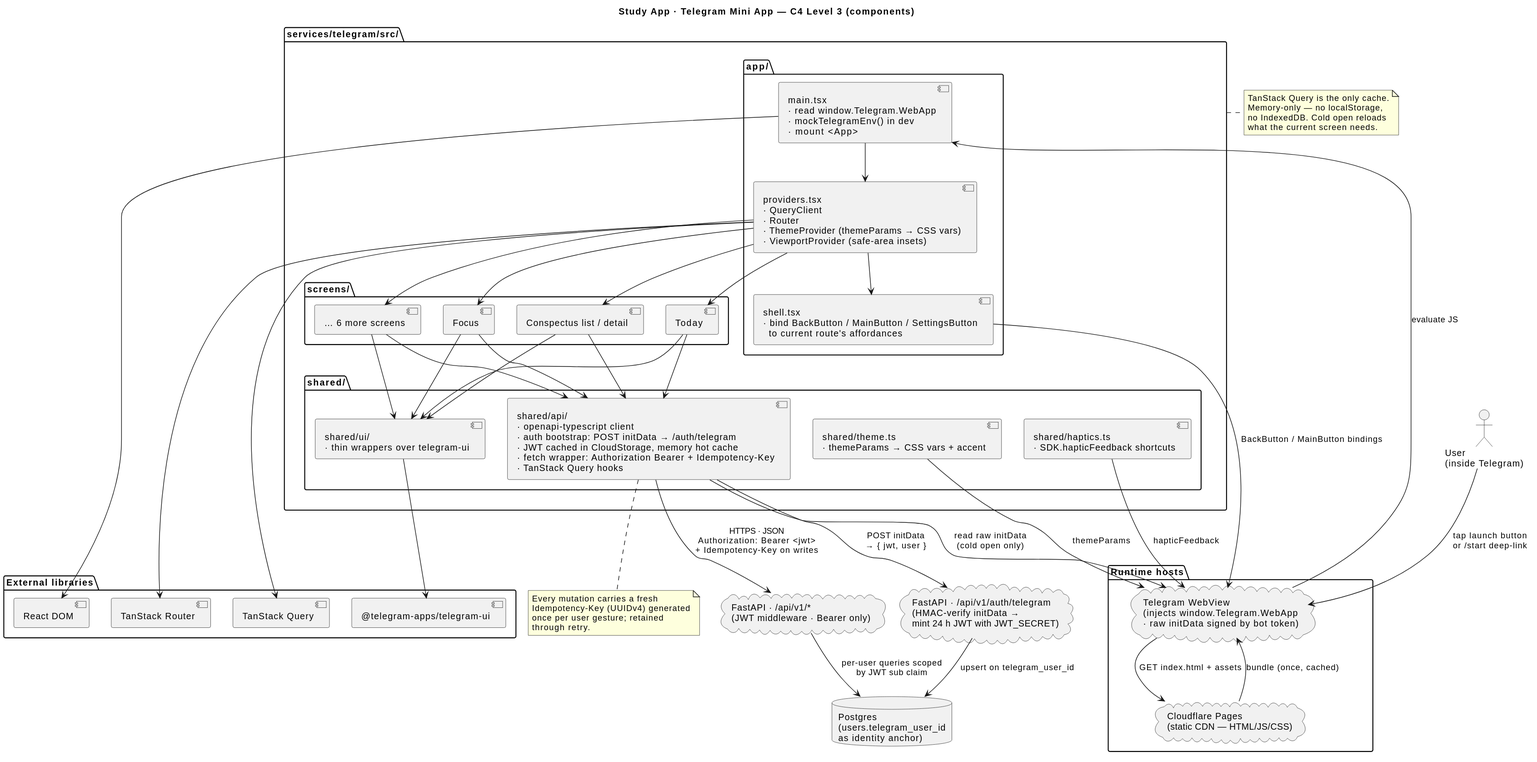
Above: services/portal/internal/reference/uml/rendered/services__telegram_component_view.svg in iboiarkin96/etr_study_api (PlantUML), before the change.
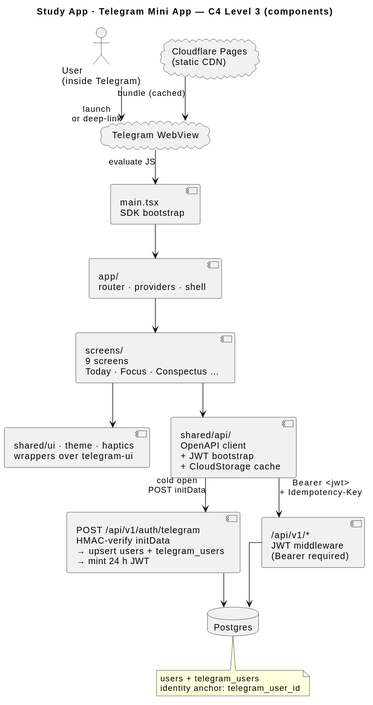
The same file after the commit.

Commit message:
docs(tma): close T-06 · retighten C4 diagram · align architecture page with shipped W1

The edit, as a diff of the source:
```diff
@@ -1,97 +1,46 @@
 @startuml
 title Study App · Telegram Mini App — C4 Level 3 (components)
+
+skinparam nodesep 34
+skinparam ranksep 54
+skinparam linetype ortho
+skinparam shadowing false
+scale max 780 width
 
 top to bottom direction
 
 actor "User\n(inside Telegram)" as User
+cloud "Telegram WebView" as WebView
+cloud "Cloudflare Pages\n(static CDN)" as Pages
 
-package "Runtime hosts" as Hosts {
-  cloud "Telegram WebView\n(injects window.Telegram.WebApp\n· raw initData signed by bot token)" as WebView
-  cloud "Cloudflare Pages\n(static CDN — HTML/JS/CSS)" as Pages
-}
+[main.tsx\nSDK bootstrap] as Main
+[app/\nrouter · providers · shell] as AppPkg
+[screens/\n9 screens\nToday · Focus · Conspectus …] as Screens
+[shared/ui · theme · haptics\nwrappers over telegram-ui] as SharedUi
+[shared/api/\nOpenAPI client\n+ JWT bootstrap\n+ CloudStorage cache] as SharedApi
 
-package "services/telegram/src/" as Bundle {
+[POST /api/v1/auth/telegram\nHMAC-verify initData\n→ upsert users + telegram_users\n→ mint 24 h JWT] as AuthEndpoint
+[/api/v1/*\nJWT middleware\n(Bearer required)] as ApiRoutes
 
-  package "app/" as AppPkg {
-    [main.tsx\n· read window.Telegram.WebApp\n· mockTelegramEnv() in dev\n· mount <App>] as Main
-    [providers.tsx\n· QueryClient\n· Router\n· ThemeProvider (themeParams → CSS vars)\n· ViewportProvider (safe-area insets)] as Providers
-    [shell.tsx\n· bind BackButton / MainButton / SettingsButton\n  to current route's affordances] as Shell
-  }
+database "Postgres" as Db
 
-  package "screens/" as ScreensPkg {
-    [Today] as ScrToday
-    [Focus] as ScrFocus
-    [Conspectus list / detail] as ScrConspectus
-    [… 6 more screens] as ScrRest
-  }
+User    --> WebView : launch\nor deep-link
+Pages   --> WebView : bundle (cached)
+WebView --> Main    : evaluate JS
 
-  package "shared/" as SharedPkg {
-    [shared/api/\n· openapi-typescript client\n· auth bootstrap: POST initData → /auth/telegram\n· JWT cached in CloudStorage, memory hot cache\n· fetch wrapper: Authorization Bearer + Idempotency-Key\n· TanStack Query hooks] as SharedApi
-    [shared/ui/\n· thin wrappers over telegram-ui] as SharedUi
-    [shared/theme.ts\n· themeParams → CSS vars + accent] as SharedTheme
-    [shared/haptics.ts\n· SDK.hapticFeedback shortcuts] as SharedHaptics
-  }
-}
+Main    --> AppPkg
+AppPkg  --> Screens
+Screens --> SharedUi
+Screens --> SharedApi
 
-package "External libraries" as Ext {
-  [React DOM] as React
-  [TanStack Query] as TQuery
-  [TanStack Router] as TRouter
-  [@telegram-apps/telegram-ui] as TgUi
-}
+SharedApi --> AuthEndpoint : cold open\nPOST initData
+SharedApi --> ApiRoutes    : Bearer <jwt>\n+ Idempotency-Key
 
-cloud "FastAPI · /api/v1/auth/telegram\n(HMAC-verify initData →\nmint 24 h JWT with JWT_SECRET)" as AuthApi
-cloud "FastAPI · /api/v1/*\n(JWT middleware · Bearer only)" as Api
-database "Postgres\n(users.telegram_user_id\nas identity anchor)" as Db
+AuthEndpoint --> Db
+ApiRoutes    --> Db
 
-User --> WebView : tap launch button\nor /start deep-link
-WebView --> Pages : GET index.html + assets
-Pages --> WebView : bundle (once, cached)
-WebView --> Main : evaluate JS
-
-Main --> Providers
-Main --> React
-Providers --> TQuery
-Providers --> TRouter
-Providers --> Shell
-Shell --> WebView : BackButton / MainButton bindings
-
-Providers --> ScrToday
-Providers --> ScrFocus
-Providers --> ScrConspectus
-Providers --> ScrRest
-
-ScrToday --> SharedApi
-ScrFocus --> SharedApi
-ScrConspectus --> SharedApi
-ScrRest --> SharedApi
-
-ScrToday --> SharedUi
-ScrFocus --> SharedUi
-ScrConspectus --> SharedUi
-ScrRest --> SharedUi
-
-SharedUi --> TgUi
-SharedTheme --> WebView : themeParams
-SharedHaptics --> WebView : hapticFeedback
-
-SharedApi --> WebView : read raw initData\n(cold open only)
-SharedApi --> AuthApi : POST initData\n→ { jwt, user }
-AuthApi --> Db : upsert on telegram_user_id
-SharedApi --> Api : HTTPS · JSON\nAuthorization: Bearer <jwt>\n+ Idempotency-Key on writes
-Api --> Db : per-user queries scoped\nby JWT sub claim
-
-note bottom of SharedApi
-  Every mutation carries a fresh
-  Idempotency-Key (UUIDv4) generated
-  once per user gesture; retained
-  through retry.
-end note
-
-note right of Bundle
-  TanStack Query is the only cache.
-  Memory-only — no localStorage,
-  no IndexedDB. Cold open reloads
-  what the current screen needs.
+note bottom of Db
+  users + telegram_users
+  identity anchor: telegram_user_id
 end note
 @enduml
```
